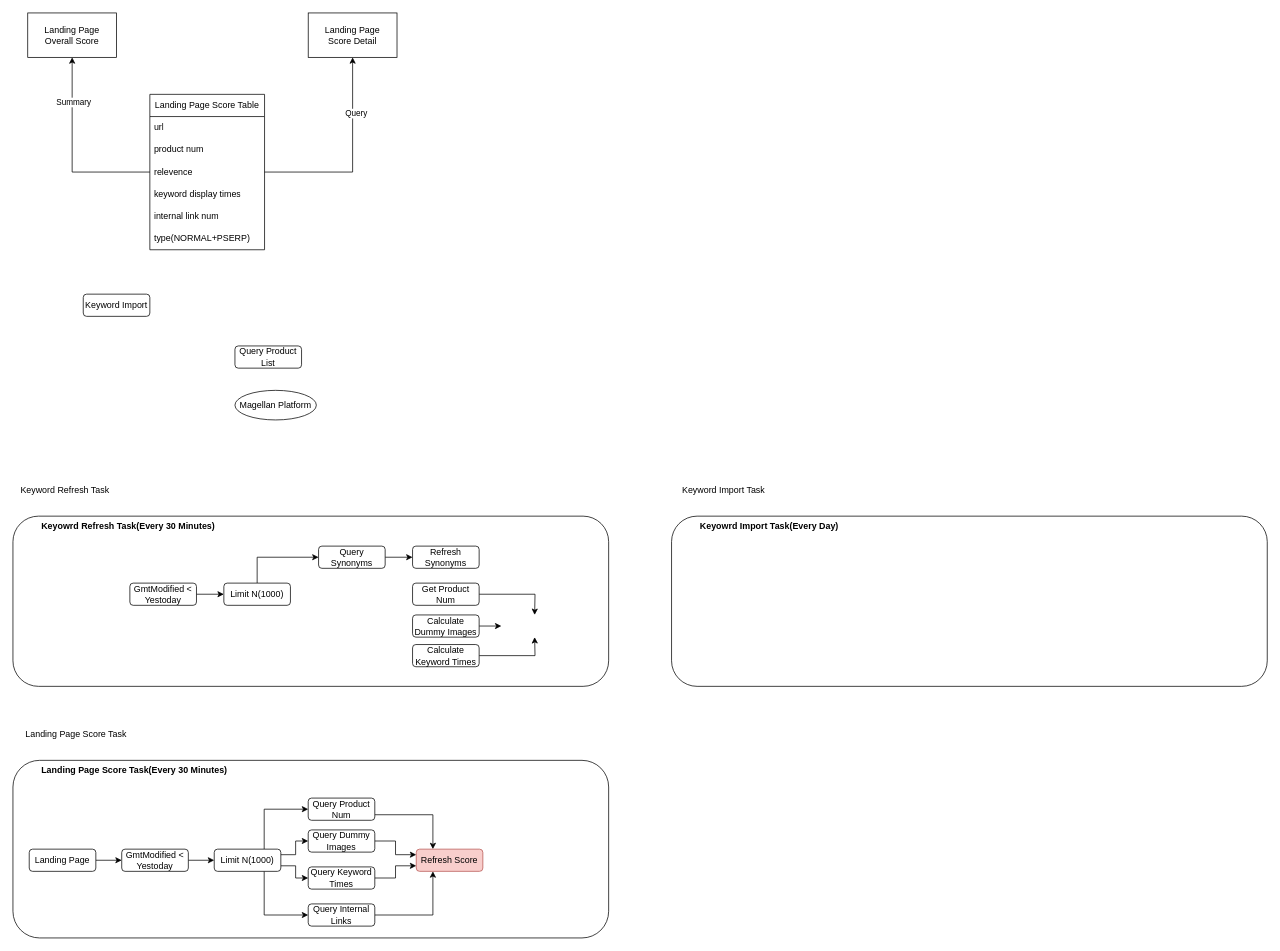
VisableHarry/seo-drawio keeps this draw.io diagram as drawio/page_score.drawio. Above is the earlier version. Source tidied: cells renumbered, new cells numbered last; positions are measured from the earlier drawing's top-left corner, leaving out a move shared by most shapes. Both pictures are drawn from the tidied source at 74%, with x=0, y=0 at pixel (13, 13).
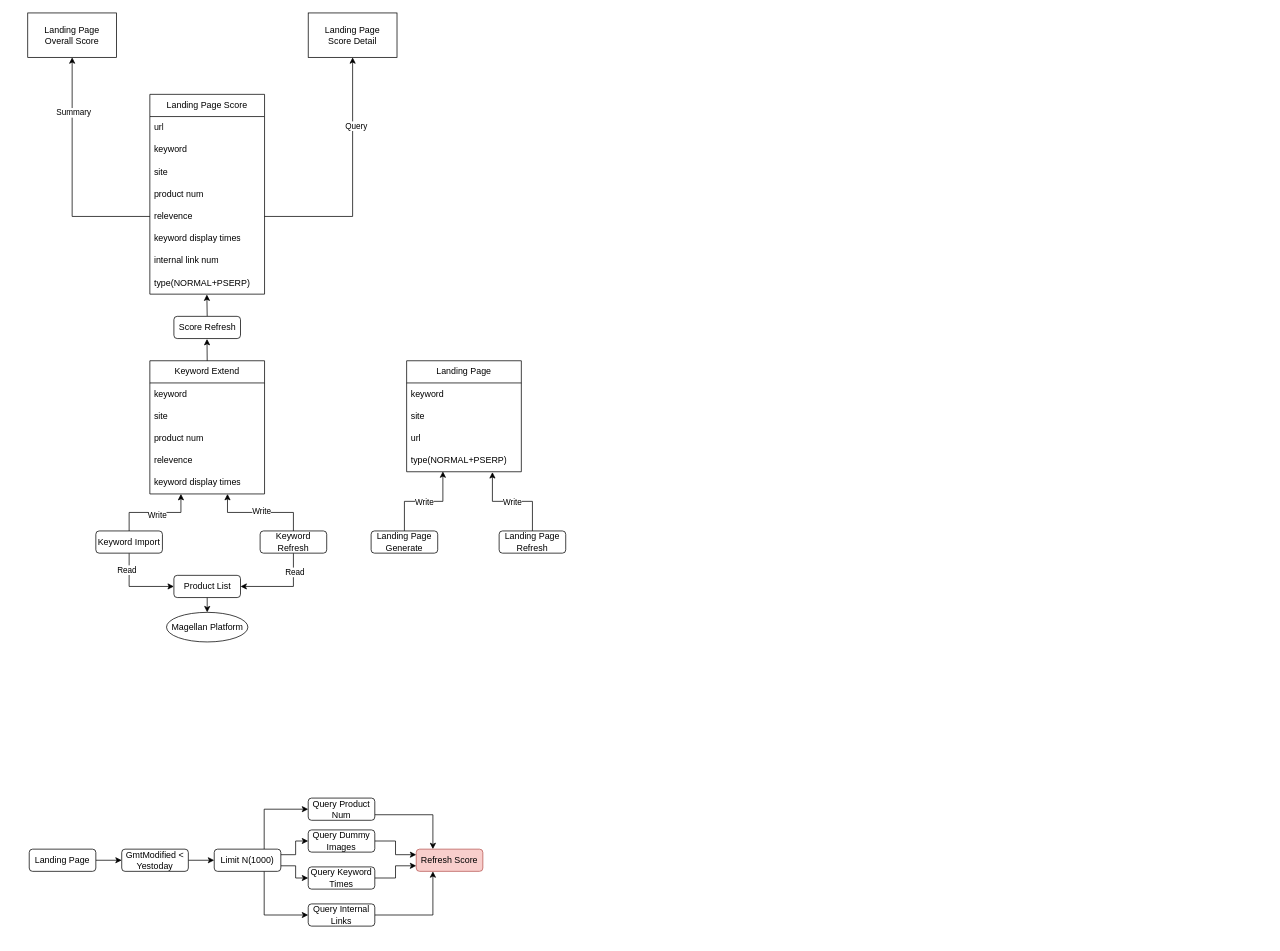
Above is the later version.

Change to the diagram source:
```diff
@@
-    <mxCell id="2" value="&amp;nbsp; &amp;nbsp; &amp;nbsp; &amp;nbsp; &amp;nbsp; &amp;nbsp;&lt;b&gt;Keyowrd Refresh Task(Every 30 Minutes)&lt;/b&gt;" style="rounded=1;whiteSpace=wrap;html=1;align=left;verticalAlign=top;" parent="1" vertex="1">
-      <mxGeometry y="680" width="805" height="230" as="geometry" />
-    </mxCell>
-    <mxCell id="3" value="Landing Page Score Task" style="text;html=1;align=center;verticalAlign=middle;strokeColor=none;fillColor=none;" parent="1" vertex="1">
-      <mxGeometry x="5" y="960" width="160" height="30" as="geometry" />
-    </mxCell>
-    <mxCell id="4" value="&lt;b&gt;&amp;nbsp; &amp;nbsp; &amp;nbsp; &amp;nbsp; &amp;nbsp; &amp;nbsp;Landing Page&amp;nbsp;Score Task(Every 30 Minutes)&lt;/b&gt;" style="rounded=1;whiteSpace=wrap;html=1;align=left;verticalAlign=top;" parent="1" vertex="1">
-      <mxGeometry y="1010" width="805" height="240" as="geometry" />
-    </mxCell>
@@
-    <mxCell id="23" value="Keyword Refresh Task" style="text;html=1;align=center;verticalAlign=middle;strokeColor=none;fillColor=none;" parent="1" vertex="1">
-      <mxGeometry y="630" width="140" height="30" as="geometry" />
-    </mxCell>
+    <mxCell id="55" style="edgeStyle=orthogonalEdgeStyle;rounded=0;jettySize=auto;html=1;exitX=0.5;exitY=1;exitDx=0;exitDy=0;entryX=0;entryY=0.5;entryDx=0;entryDy=0;" parent="1" edge="1" source="24" target="25">
+      <mxGeometry relative="1" as="geometry" />
+    </mxCell>
+    <mxCell id="56" value="Read" style="edgeLabel;html=1;align=center;verticalAlign=middle;" parent="55" vertex="1">
+      <mxGeometry x="-0.59" y="-4" relative="1" as="geometry" />
+    </mxCell>
     <mxCell id="24" value="Keyword Import" style="rounded=1;whiteSpace=wrap;html=1;" parent="1" vertex="1">
-      <mxGeometry x="95" y="380" width="90" height="30" as="geometry" />
+      <mxGeometry x="112" y="700" width="90" height="30" as="geometry" />
     </mxCell>
+    <mxCell id="57" style="edgeStyle=orthogonalEdgeStyle;rounded=0;jettySize=auto;html=1;exitX=0.5;exitY=1;exitDx=0;exitDy=0;entryX=0.5;entryY=0;entryDx=0;entryDy=0;" parent="1" edge="1" source="25" target="26">
+      <mxGeometry relative="1" as="geometry" />
+    </mxCell>
-    <mxCell id="25" value="Query Product List" style="rounded=1;whiteSpace=wrap;html=1;" parent="1" vertex="1">
-      <mxGeometry x="300" y="450" width="90" height="30" as="geometry" />
+    <mxCell id="25" value="Product List" style="rounded=1;whiteSpace=wrap;html=1;" parent="1" vertex="1">
+      <mxGeometry x="217.5" y="760" width="90" height="30" as="geometry" />
     </mxCell>
     <mxCell id="26" value="Magellan Platform" style="ellipse;whiteSpace=wrap;html=1;" parent="1" vertex="1">
-      <mxGeometry x="300" y="510" width="110" height="40" as="geometry" />
+      <mxGeometry x="207.5" y="810" width="110" height="40" as="geometry" />
     </mxCell>
-    <mxCell id="27" style="edgeStyle=orthogonalEdgeStyle;rounded=0;jettySize=auto;html=1;exitX=1;exitY=0.5;exitDx=0;exitDy=0;entryX=0.5;entryY=0;entryDx=0;entryDy=0;" parent="1" edge="1" source="28">
-      <mxGeometry relative="1" as="geometry">
-        <mxPoint x="705" y="813.5" as="targetPoint" />
-      </mxGeometry>
-    </mxCell>
-    <mxCell id="28" value="Get Product Num" style="rounded=1;whiteSpace=wrap;html=1;" parent="1" vertex="1">
-      <mxGeometry x="540" y="770.5" width="90" height="30" as="geometry" />
-    </mxCell>
-    <mxCell id="29" style="edgeStyle=orthogonalEdgeStyle;rounded=0;jettySize=auto;html=1;exitX=1;exitY=0.5;exitDx=0;exitDy=0;entryX=0;entryY=0.5;entryDx=0;entryDy=0;" parent="1" edge="1" source="30" target="32">
-      <mxGeometry relative="1" as="geometry" />
-    </mxCell>
-    <mxCell id="30" value="GmtModified &amp;lt; Yestoday" style="rounded=1;whiteSpace=wrap;html=1;" parent="1" vertex="1">
-      <mxGeometry x="158" y="770.5" width="90" height="30" as="geometry" />
-    </mxCell>
-    <mxCell id="31" style="edgeStyle=orthogonalEdgeStyle;rounded=0;jettySize=auto;html=1;exitX=0.5;exitY=0;exitDx=0;exitDy=0;entryX=0;entryY=0.5;entryDx=0;entryDy=0;" parent="1" edge="1" source="32" target="34">
-      <mxGeometry relative="1" as="geometry" />
-    </mxCell>
-    <mxCell id="32" value="Limit N(1000)" style="rounded=1;whiteSpace=wrap;html=1;" parent="1" vertex="1">
-      <mxGeometry x="285" y="770.5" width="90" height="30" as="geometry" />
-    </mxCell>
-    <mxCell id="33" style="edgeStyle=orthogonalEdgeStyle;rounded=0;jettySize=auto;html=1;exitX=1;exitY=0.5;exitDx=0;exitDy=0;entryX=0;entryY=0.5;entryDx=0;entryDy=0;" parent="1" edge="1" source="34" target="35">
-      <mxGeometry relative="1" as="geometry" />
-    </mxCell>
-    <mxCell id="34" value="Query Synonyms" style="rounded=1;whiteSpace=wrap;html=1;" parent="1" vertex="1">
-      <mxGeometry x="413" y="720.5" width="90" height="30" as="geometry" />
-    </mxCell>
-    <mxCell id="35" value="Refresh Synonyms" style="rounded=1;whiteSpace=wrap;html=1;" parent="1" vertex="1">
-      <mxGeometry x="540" y="720.5" width="90" height="30" as="geometry" />
-    </mxCell>
-    <mxCell id="36" style="edgeStyle=orthogonalEdgeStyle;rounded=0;jettySize=auto;html=1;exitX=1;exitY=0.5;exitDx=0;exitDy=0;entryX=0;entryY=0.5;entryDx=0;entryDy=0;" parent="1" edge="1" source="37">
-      <mxGeometry relative="1" as="geometry">
-        <mxPoint x="660" y="828.5" as="targetPoint" />
-      </mxGeometry>
-    </mxCell>
-    <mxCell id="37" value="Calculate Dummy Images" style="rounded=1;whiteSpace=wrap;html=1;" parent="1" vertex="1">
-      <mxGeometry x="540" y="813.5" width="90" height="30" as="geometry" />
-    </mxCell>
-    <mxCell id="38" style="edgeStyle=orthogonalEdgeStyle;rounded=0;jettySize=auto;html=1;exitX=1;exitY=0.5;exitDx=0;exitDy=0;entryX=0.5;entryY=1;entryDx=0;entryDy=0;" parent="1" edge="1" source="39">
-      <mxGeometry relative="1" as="geometry">
-        <mxPoint x="705" y="843.5" as="targetPoint" />
-      </mxGeometry>
-    </mxCell>
-    <mxCell id="39" value="Calculate Keyword Times" style="rounded=1;whiteSpace=wrap;html=1;" parent="1" vertex="1">
-      <mxGeometry x="540" y="853.5" width="90" height="30" as="geometry" />
-    </mxCell>
-    <mxCell id="40" value="Keyword Import Task" style="text;html=1;align=center;verticalAlign=middle;strokeColor=none;fillColor=none;" parent="1" vertex="1">
-      <mxGeometry x="890" y="630" width="140" height="30" as="geometry" />
-    </mxCell>
-    <mxCell id="41" value="&amp;nbsp; &amp;nbsp; &amp;nbsp; &amp;nbsp; &amp;nbsp; &amp;nbsp;&lt;b&gt;Keyowrd Import Task(Every Day)&lt;/b&gt;" style="rounded=1;whiteSpace=wrap;html=1;align=left;verticalAlign=top;" parent="1" vertex="1">
-      <mxGeometry x="890" y="680" width="805" height="230" as="geometry" />
-    </mxCell>
@@
-    <mxCell id="44" value="Landing Page Score Table" style="swimlane;fontStyle=0;horizontal=1;startSize=30;whiteSpace=wrap;html=1;" parent="1" vertex="1">
-      <mxGeometry x="185" y="110" width="155" height="210" as="geometry" />
+    <mxCell id="44" value="Landing Page Score" style="swimlane;fontStyle=0;horizontal=1;startSize=30;whiteSpace=wrap;html=1;" parent="1" vertex="1">
+      <mxGeometry x="185" y="110" width="155" height="270" as="geometry" />
     </mxCell>
@@
+    <mxCell id="58" value="keyword" style="text;strokeColor=none;fillColor=none;align=left;verticalAlign=middle;spacingLeft=4;spacingRight=4;overflow=hidden;whiteSpace=wrap;html=1;" parent="44" vertex="1">
+      <mxGeometry y="60" width="155" height="30" as="geometry" />
+    </mxCell>
+    <mxCell id="59" value="site" style="text;strokeColor=none;fillColor=none;align=left;verticalAlign=middle;spacingLeft=4;spacingRight=4;overflow=hidden;whiteSpace=wrap;html=1;" parent="44" vertex="1">
+      <mxGeometry y="90" width="155" height="30" as="geometry" />
+    </mxCell>
     <mxCell id="46" value="product num" style="text;strokeColor=none;fillColor=none;align=left;verticalAlign=middle;spacingLeft=4;spacingRight=4;overflow=hidden;whiteSpace=wrap;html=1;" parent="44" vertex="1">
-      <mxGeometry y="60" width="155" height="30" as="geometry" />
+      <mxGeometry y="120" width="155" height="30" as="geometry" />
     </mxCell>
     <mxCell id="47" value="relevence" style="text;strokeColor=none;fillColor=none;align=left;verticalAlign=middle;spacingLeft=4;spacingRight=4;overflow=hidden;points=[[0,0.5],[1,0.5]];portConstraint=eastwest;whiteSpace=wrap;html=1;" parent="44" vertex="1">
-      <mxGeometry y="90" width="155" height="30" as="geometry" />
+      <mxGeometry y="150" width="155" height="30" as="geometry" />
     </mxCell>
     <mxCell id="48" value="keyword display times" style="text;strokeColor=none;fillColor=none;align=left;verticalAlign=middle;spacingLeft=4;spacingRight=4;overflow=hidden;whiteSpace=wrap;html=1;" parent="44" vertex="1">
-      <mxGeometry y="120" width="155" height="30" as="geometry" />
+      <mxGeometry y="180" width="155" height="30" as="geometry" />
     </mxCell>
     <mxCell id="49" value="internal link num" style="text;strokeColor=none;fillColor=none;align=left;verticalAlign=middle;spacingLeft=4;spacingRight=4;overflow=hidden;whiteSpace=wrap;html=1;" parent="44" vertex="1">
-      <mxGeometry y="150" width="155" height="30" as="geometry" />
+      <mxGeometry y="210" width="155" height="30" as="geometry" />
     </mxCell>
     <mxCell id="50" value="type(NORMAL+PSERP)" style="text;strokeColor=none;fillColor=none;align=left;verticalAlign=middle;spacingLeft=4;spacingRight=4;overflow=hidden;points=[[0,0.5],[1,0.5]];portConstraint=eastwest;whiteSpace=wrap;html=1;" parent="44" vertex="1">
-      <mxGeometry y="180" width="155" height="30" as="geometry" />
+      <mxGeometry y="240" width="155" height="30" as="geometry" />
     </mxCell>
@@
+    <mxCell id="60" value="Keyword Extend" style="swimlane;fontStyle=0;horizontal=1;startSize=30;whiteSpace=wrap;html=1;" parent="1" vertex="1">
+      <mxGeometry x="185" y="470" width="155" height="180" as="geometry" />
+    </mxCell>
+    <mxCell id="61" value="keyword" style="text;strokeColor=none;fillColor=none;align=left;verticalAlign=middle;spacingLeft=4;spacingRight=4;overflow=hidden;whiteSpace=wrap;html=1;" parent="60" vertex="1">
+      <mxGeometry y="30" width="155" height="30" as="geometry" />
+    </mxCell>
+    <mxCell id="62" value="site" style="text;strokeColor=none;fillColor=none;align=left;verticalAlign=middle;spacingLeft=4;spacingRight=4;overflow=hidden;whiteSpace=wrap;html=1;" parent="60" vertex="1">
+      <mxGeometry y="60" width="155" height="30" as="geometry" />
+    </mxCell>
+    <mxCell id="63" value="product num" style="text;strokeColor=none;fillColor=none;align=left;verticalAlign=middle;spacingLeft=4;spacingRight=4;overflow=hidden;whiteSpace=wrap;html=1;" parent="60" vertex="1">
+      <mxGeometry y="90" width="155" height="30" as="geometry" />
+    </mxCell>
+    <mxCell id="64" value="relevence" style="text;strokeColor=none;fillColor=none;align=left;verticalAlign=middle;spacingLeft=4;spacingRight=4;overflow=hidden;whiteSpace=wrap;html=1;" parent="60" vertex="1">
+      <mxGeometry y="120" width="155" height="30" as="geometry" />
+    </mxCell>
+    <mxCell id="65" value="keyword display times" style="text;strokeColor=none;fillColor=none;align=left;verticalAlign=middle;spacingLeft=4;spacingRight=4;overflow=hidden;points=[[0,0.5],[1,0.5]];portConstraint=eastwest;whiteSpace=wrap;html=1;" parent="60" vertex="1">
+      <mxGeometry y="150" width="155" height="30" as="geometry" />
+    </mxCell>
+    <mxCell id="66" style="edgeStyle=orthogonalEdgeStyle;rounded=0;jettySize=auto;html=1;exitX=0.5;exitY=0;exitDx=0;exitDy=0;entryX=0.497;entryY=1.017;entryDx=0;entryDy=0;entryPerimeter=0;" parent="1" edge="1" source="68" target="50">
+      <mxGeometry relative="1" as="geometry" />
+    </mxCell>
+    <mxCell id="67" style="edgeStyle=orthogonalEdgeStyle;rounded=0;jettySize=auto;html=1;exitX=0.5;exitY=0;exitDx=0;exitDy=0;entryX=0.497;entryY=1.017;entryDx=0;entryDy=0;entryPerimeter=0;" parent="1" edge="1" source="60" target="68">
+      <mxGeometry relative="1" as="geometry" />
+    </mxCell>
+    <mxCell id="68" value="Score Refresh" style="rounded=1;whiteSpace=wrap;html=1;" parent="1" vertex="1">
+      <mxGeometry x="217.5" y="410" width="90" height="30" as="geometry" />
+    </mxCell>
+    <mxCell id="69" value="Landing Page" style="swimlane;fontStyle=0;horizontal=1;startSize=30;whiteSpace=wrap;html=1;" parent="1" vertex="1">
+      <mxGeometry x="532" y="470" width="155" height="150" as="geometry" />
+    </mxCell>
+    <mxCell id="70" value="keyword" style="text;strokeColor=none;fillColor=none;align=left;verticalAlign=middle;spacingLeft=4;spacingRight=4;overflow=hidden;whiteSpace=wrap;html=1;" parent="69" vertex="1">
+      <mxGeometry y="30" width="155" height="30" as="geometry" />
+    </mxCell>
+    <mxCell id="71" value="site" style="text;strokeColor=none;fillColor=none;align=left;verticalAlign=middle;spacingLeft=4;spacingRight=4;overflow=hidden;whiteSpace=wrap;html=1;" parent="69" vertex="1">
+      <mxGeometry y="60" width="155" height="30" as="geometry" />
+    </mxCell>
+    <mxCell id="72" value="url" style="text;strokeColor=none;fillColor=none;align=left;verticalAlign=middle;spacingLeft=4;spacingRight=4;overflow=hidden;whiteSpace=wrap;html=1;" parent="69" vertex="1">
+      <mxGeometry y="90" width="155" height="30" as="geometry" />
+    </mxCell>
+    <mxCell id="73" value="type(NORMAL+PSERP)" style="text;strokeColor=none;fillColor=none;align=left;verticalAlign=middle;spacingLeft=4;spacingRight=4;overflow=hidden;points=[[0,0.5],[1,0.5]];portConstraint=eastwest;whiteSpace=wrap;html=1;" parent="69" vertex="1">
+      <mxGeometry y="120" width="155" height="30" as="geometry" />
+    </mxCell>
+    <mxCell id="74" style="edgeStyle=orthogonalEdgeStyle;rounded=0;jettySize=auto;html=1;exitX=0.5;exitY=0;exitDx=0;exitDy=0;entryX=0.316;entryY=0.983;entryDx=0;entryDy=0;entryPerimeter=0;" parent="1" edge="1" source="76" target="73">
+      <mxGeometry relative="1" as="geometry" />
+    </mxCell>
+    <mxCell id="75" value="Write" style="edgeLabel;html=1;align=center;verticalAlign=middle;" parent="74" vertex="1">
+      <mxGeometry y="1" relative="1" as="geometry">
+        <mxPoint y="1" as="offset" />
+      </mxGeometry>
+    </mxCell>
+    <mxCell id="76" value="Landing Page Generate" style="rounded=1;whiteSpace=wrap;html=1;" parent="1" vertex="1">
+      <mxGeometry x="484" y="700" width="90" height="30" as="geometry" />
+    </mxCell>
+    <mxCell id="77" value="Landing Page Refresh" style="rounded=1;whiteSpace=wrap;html=1;" parent="1" vertex="1">
+      <mxGeometry x="657" y="700" width="90" height="30" as="geometry" />
+    </mxCell>
+    <mxCell id="78" style="edgeStyle=orthogonalEdgeStyle;rounded=0;jettySize=auto;html=1;exitX=0.5;exitY=0;exitDx=0;exitDy=0;entryX=0.748;entryY=1.017;entryDx=0;entryDy=0;entryPerimeter=0;" parent="1" edge="1" source="77" target="73">
+      <mxGeometry relative="1" as="geometry" />
+    </mxCell>
+    <mxCell id="79" value="Write" style="edgeLabel;html=1;align=center;verticalAlign=middle;" parent="78" vertex="1">
+      <mxGeometry x="0.02" y="1" relative="1" as="geometry" />
+    </mxCell>
+    <mxCell id="80" style="edgeStyle=orthogonalEdgeStyle;rounded=0;jettySize=auto;html=1;exitX=0.5;exitY=1;exitDx=0;exitDy=0;entryX=1;entryY=0.5;entryDx=0;entryDy=0;" parent="1" edge="1" source="82" target="25">
+      <mxGeometry relative="1" as="geometry" />
+    </mxCell>
+    <mxCell id="81" value="Read" style="edgeLabel;html=1;align=center;verticalAlign=middle;" parent="80" vertex="1">
+      <mxGeometry x="-0.57" y="1" relative="1" as="geometry" />
+    </mxCell>
+    <mxCell id="82" value="Keyword Refresh" style="rounded=1;whiteSpace=wrap;html=1;" parent="1" vertex="1">
+      <mxGeometry x="334" y="700" width="90" height="30" as="geometry" />
+    </mxCell>
+    <mxCell id="83" style="edgeStyle=orthogonalEdgeStyle;rounded=0;jettySize=auto;html=1;exitX=0.5;exitY=0;exitDx=0;exitDy=0;entryX=0.271;entryY=1;entryDx=0;entryDy=0;entryPerimeter=0;" parent="1" edge="1" source="24" target="65">
+      <mxGeometry relative="1" as="geometry" />
+    </mxCell>
+    <mxCell id="84" value="Write" style="edgeLabel;html=1;align=center;verticalAlign=middle;" parent="83" vertex="1">
+      <mxGeometry x="0.03" y="-3" relative="1" as="geometry" />
+    </mxCell>
+    <mxCell id="85" style="edgeStyle=orthogonalEdgeStyle;rounded=0;jettySize=auto;html=1;exitX=0.5;exitY=0;exitDx=0;exitDy=0;entryX=0.677;entryY=1;entryDx=0;entryDy=0;entryPerimeter=0;" parent="1" edge="1" source="82" target="65">
+      <mxGeometry relative="1" as="geometry" />
+    </mxCell>
+    <mxCell id="86" value="Write" style="edgeLabel;html=1;align=center;verticalAlign=middle;" parent="85" vertex="1">
+      <mxGeometry x="-0.01" y="-3" relative="1" as="geometry" />
+    </mxCell>
```
